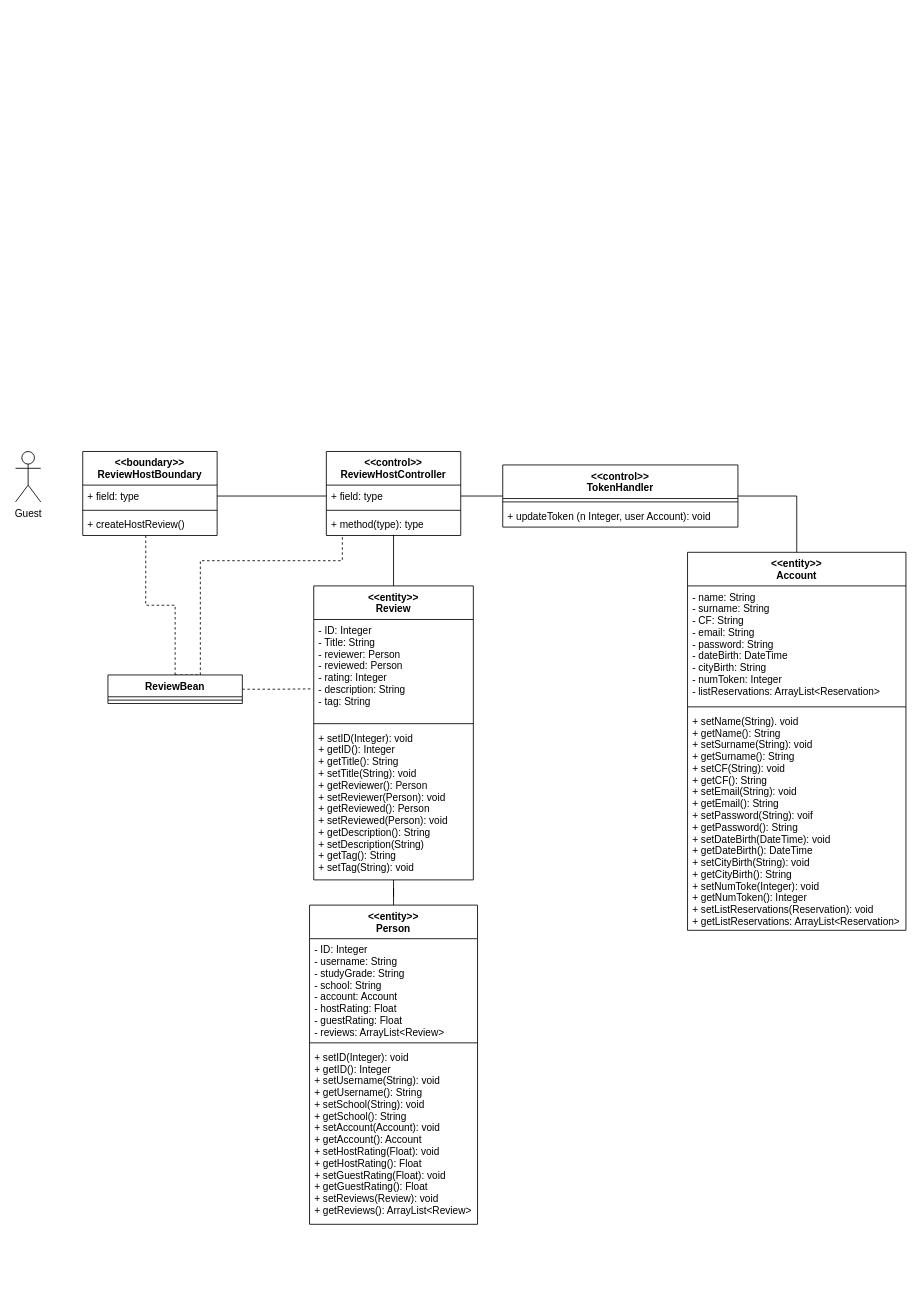
This is Deliverables/VoPC/VoPC ReviewHost.drawio from nic-agos/DoveStudi, a draw.io file, before an edit. Source tidied: cells renumbered, new cells numbered last; positions are measured from the earlier drawing's top-left corner, leaving out a move shared by most shapes. Both pictures are drawn from the tidied source at 84%, with x=0, y=0 at pixel (15, 451).
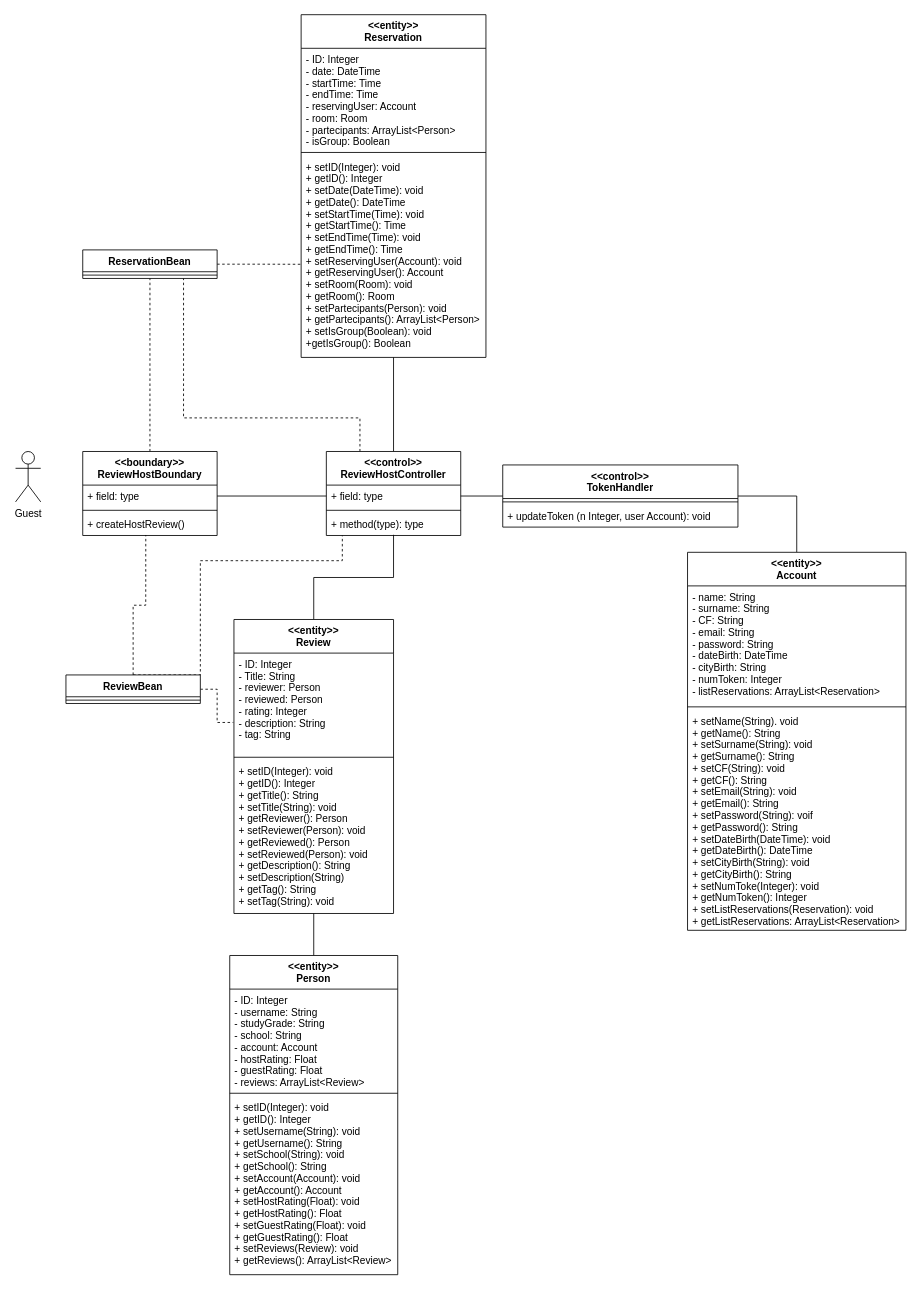
The same diagram, later.

Commit message:
Added reservation entity and bean

Unchanged cells that the change refers to:
```xml
<mxCell id="8" value="&lt;&lt;boundary&gt;&gt;&#10;ReviewHostBoundary" style="swimlane;fontStyle=1;align=center;verticalAlign=top;horizontal=1;startSize=40;" parent="1" vertex="1">
  <mxGeometry x="80" width="160" height="100" as="geometry" />
</mxCell>
<mxCell id="12" value="&lt;&lt;control&gt;&gt;&#10;ReviewHostController" style="swimlane;fontStyle=1;align=center;verticalAlign=top;horizontal=1;startSize=40;" parent="1" vertex="1">
  <mxGeometry x="370" width="160" height="100" as="geometry" />
</mxCell>
```

Diff of the diagram source:
```diff
@@
     <mxCell id="5" value="ReviewBean" style="swimlane;fontStyle=1;align=center;verticalAlign=top;horizontal=1;startSize=26;" parent="1" vertex="1">
-      <mxGeometry x="110" y="266" width="160" height="34" as="geometry" />
+      <mxGeometry x="60" y="266" width="160" height="34" as="geometry" />
     </mxCell>
@@
+    <mxCell id="36" style="edgeStyle=orthogonalEdgeStyle;rounded=0;jettySize=auto;html=1;entryX=0.5;entryY=1;entryDx=0;entryDy=0;endArrow=none;endFill=0;dashed=1;" parent="1" edge="1" source="8" target="44">
+      <mxGeometry relative="1" as="geometry" />
+    </mxCell>
@@
+    <mxCell id="37" style="edgeStyle=orthogonalEdgeStyle;rounded=0;jettySize=auto;html=1;entryX=0.5;entryY=1;entryDx=0;entryDy=0;endArrow=none;endFill=0;" parent="1" edge="1" source="12" target="39">
+      <mxGeometry relative="1" as="geometry" />
+    </mxCell>
+    <mxCell id="38" style="edgeStyle=orthogonalEdgeStyle;rounded=0;jettySize=auto;html=1;exitX=0.25;exitY=0;exitDx=0;exitDy=0;entryX=0.75;entryY=1;entryDx=0;entryDy=0;dashed=1;endArrow=none;endFill=0;" parent="1" edge="1" source="12" target="44">
+      <mxGeometry relative="1" as="geometry">
+        <Array as="points">
+          <mxPoint x="410" y="-40" />
+          <mxPoint x="200" y="-40" />
+        </Array>
+      </mxGeometry>
+    </mxCell>
@@
     <mxCell id="18" value="&lt;&lt;entity&gt;&gt;&#10;Review" style="swimlane;fontStyle=1;align=center;verticalAlign=top;horizontal=1;startSize=40;" parent="1" vertex="1">
-      <mxGeometry x="355" y="160" width="190" height="350" as="geometry" />
+      <mxGeometry x="260" y="200" width="190" height="350" as="geometry" />
     </mxCell>
@@
     <mxCell id="31" value="&lt;&lt;entity&gt;&gt;&#10;Person" style="swimlane;fontStyle=1;align=center;verticalAlign=top;horizontal=1;startSize=40;" parent="1" vertex="1">
-      <mxGeometry x="350" y="540" width="200" height="380" as="geometry" />
+      <mxGeometry x="255" y="600" width="200" height="380" as="geometry" />
     </mxCell>
@@
+    <mxCell id="39" value="&lt;&lt;entity&gt;&gt;&#10;Reservation" style="swimlane;fontStyle=1;align=center;verticalAlign=top;horizontal=1;startSize=40;" parent="1" vertex="1">
+      <mxGeometry x="340" y="-520" width="220" height="408" as="geometry" />
+    </mxCell>
+    <mxCell id="40" value="- ID: Integer&#10;- date: DateTime&#10;- startTime: Time&#10;- endTime: Time&#10;- reservingUser: Account&#10;- room: Room&#10;- partecipants: ArrayList&lt;Person&gt;&#10;- isGroup: Boolean" style="text;strokeColor=none;fillColor=none;align=left;verticalAlign=top;spacingLeft=4;spacingRight=4;overflow=hidden;" parent="39" vertex="1">
+      <mxGeometry y="40" width="220" height="120" as="geometry" />
+    </mxCell>
+    <mxCell id="41" style="line;strokeWidth=1;fillColor=none;align=left;verticalAlign=middle;spacingTop=-1;spacingLeft=3;spacingRight=3;labelPosition=right;" parent="39" vertex="1">
+      <mxGeometry y="160" width="220" height="8" as="geometry" />
+    </mxCell>
+    <mxCell id="42" value="+ setID(Integer): void &#10;+ getID(): Integer&#10;+ setDate(DateTime): void&#10;+ getDate(): DateTime&#10;+ setStartTime(Time): void&#10;+ getStartTime(): Time&#10;+ setEndTime(Time): void&#10;+ getEndTime(): Time&#10;+ setReservingUser(Account): void&#10;+ getReservingUser(): Account&#10;+ setRoom(Room): void&#10;+ getRoom(): Room&#10;+ setPartecipants(Person): void&#10;+ getPartecipants(): ArrayList&lt;Person&gt;&#10;+ setIsGroup(Boolean): void&#10;+getIsGroup(): Boolean" style="text;strokeColor=none;fillColor=none;align=left;verticalAlign=top;spacingLeft=4;spacingRight=4;overflow=hidden;points=[[0,0.5],[1,0.5]];portConstraint=eastwest;" parent="39" vertex="1">
+      <mxGeometry y="168" width="220" height="240" as="geometry" />
+    </mxCell>
+    <mxCell id="43" style="edgeStyle=orthogonalEdgeStyle;rounded=0;jettySize=auto;html=1;exitX=1;exitY=0.5;exitDx=0;exitDy=0;entryX=0.001;entryY=0.538;entryDx=0;entryDy=0;entryPerimeter=0;dashed=1;endArrow=none;endFill=0;" parent="1" edge="1" source="44" target="42">
+      <mxGeometry relative="1" as="geometry" />
+    </mxCell>
+    <mxCell id="44" value="ReservationBean" style="swimlane;fontStyle=1;align=center;verticalAlign=top;horizontal=1;startSize=26;" parent="1" vertex="1">
+      <mxGeometry x="80" y="-240" width="160" height="34" as="geometry" />
+    </mxCell>
+    <mxCell id="45" style="line;strokeWidth=1;fillColor=none;align=left;verticalAlign=middle;spacingTop=-1;spacingLeft=3;spacingRight=3;labelPosition=right;" parent="44" vertex="1">
+      <mxGeometry y="26" width="160" height="8" as="geometry" />
+    </mxCell>
```
